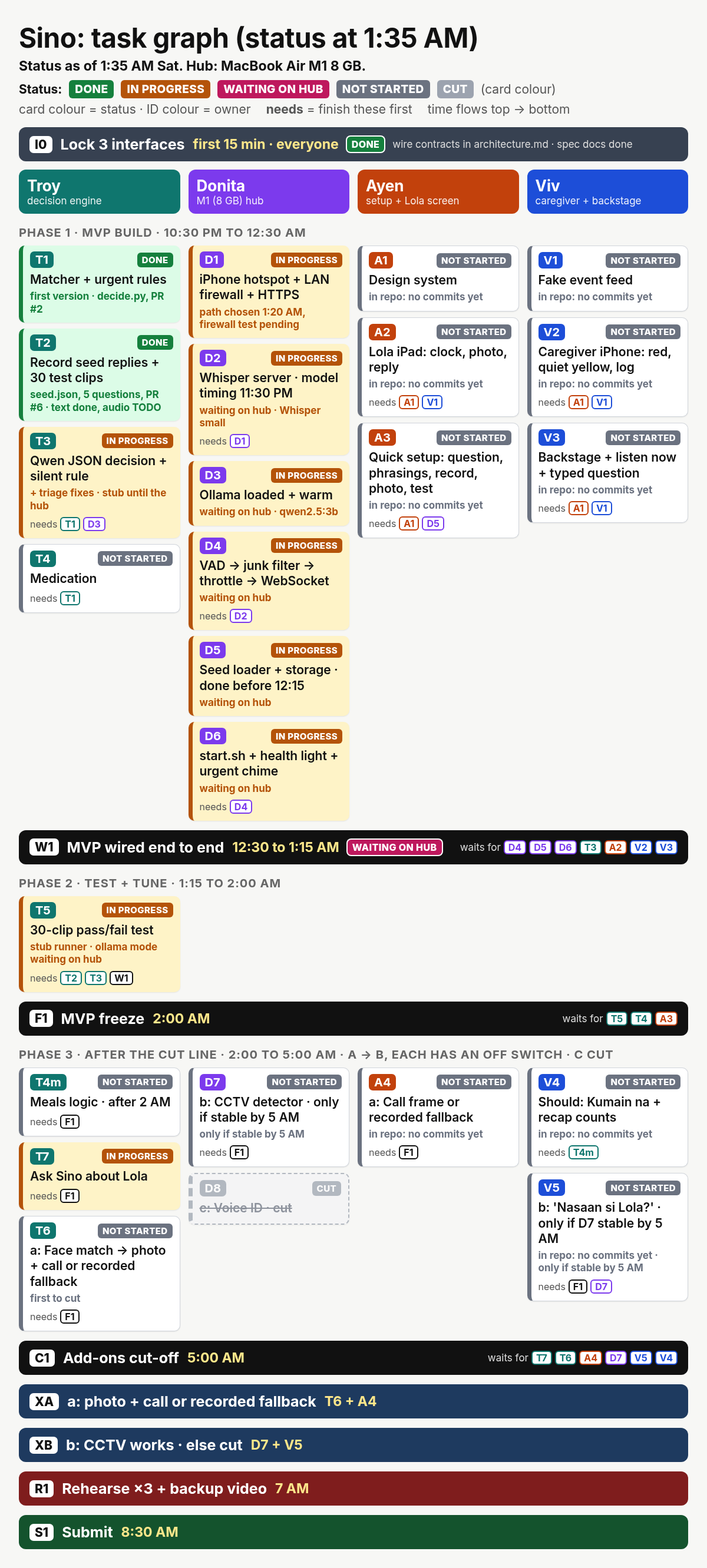
Troy-LL/appsolutely keeps this Mermaid diagram as docs/sino/task-graph.png. Above is the earlier version. Its source is kept beside it as docs/sino/task-graph.mmd.
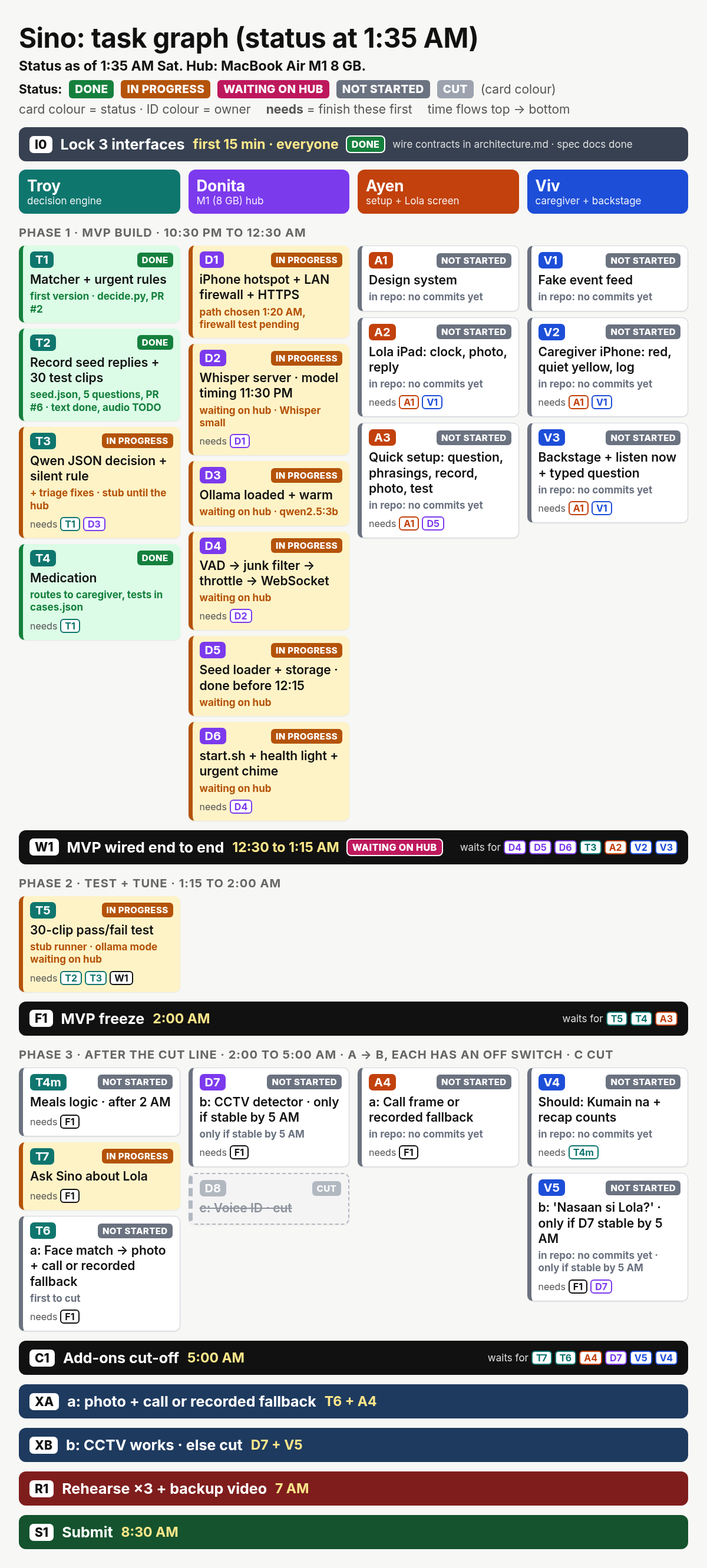
After the commit.

Commit message:
Mark T4 done since decide.py already routes medication to the caregiver and cases.json tests it

Change to the diagram source:
```diff
@@ -5,7 +5,7 @@
     T1[T1 Matcher + urgent rules<br/>✓ first version, decide.py PR #2]
     T2[T2 Record seed replies + 30 test clips<br/>✓ text done, audio TODO · PR #6]
     T3[T3 Qwen JSON decision + silent rule<br/>in progress: + triage fixes, stub until hub]
-    T4[T4 Medication]
+    T4[T4 Medication<br/>✓ routes to caregiver, tests in cases.json]
     T4m[Meals logic · after 2 AM]
     T5[T5 30-clip pass/fail test<br/>in progress: stub runner · ollama mode waits on hub]
     T7[T7 Ask Sino about Lola<br/>in progress]
@@ -70,8 +70,8 @@
   classDef hub fill:#fce7f3,stroke:#be185d,stroke-width:2px,color:#111
   classDef todo fill:#ffffff,stroke:#6b7280,color:#111
   classDef cut fill:#f3f4f6,stroke:#9ca3af,stroke-dasharray:5 5,color:#6b7280
-  class I0,T1,T2,L1 done
+  class I0,T1,T2,T4,L1 done
   class T3,T5,T7,D1,D2,D3,D4,D5,D6,L2 doing
   class W,L3 hub
-  class T4,T4m,T6,D7,A1,A2,A3,A4,V1,V2,V3,V4,V5,XA,XB,F,C,R,S,L4 todo
+  class T4m,T6,D7,A1,A2,A3,A4,V1,V2,V3,V4,V5,XA,XB,F,C,R,S,L4 todo
   class D8,L5 cut
```
